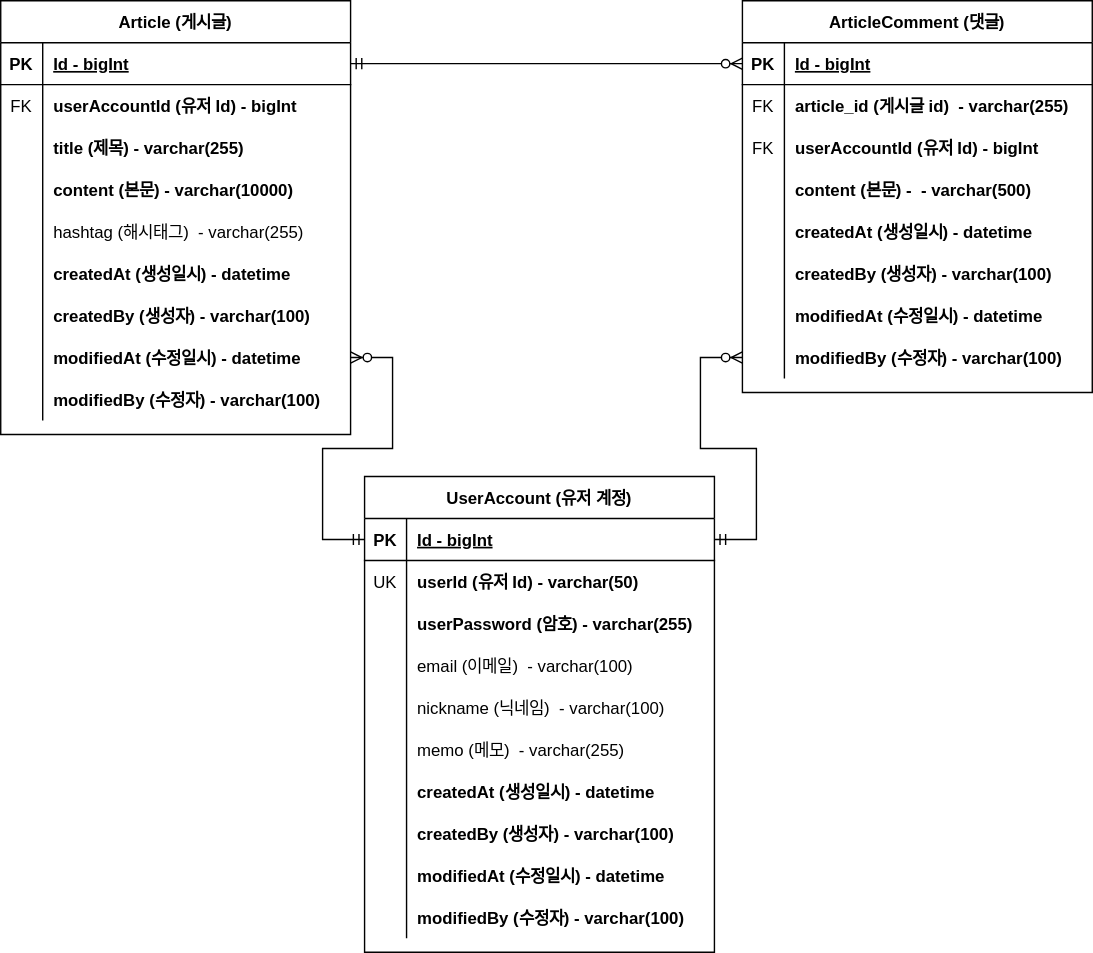
This is document/project-board-erd.svg from TaemHam/board-clonecoding-project, a draw.io export, as it was before one commit. Source tidied: cells renumbered, new cells last; positions are measured from the earlier drawing's top-left corner, leaving out a move shared by most shapes.
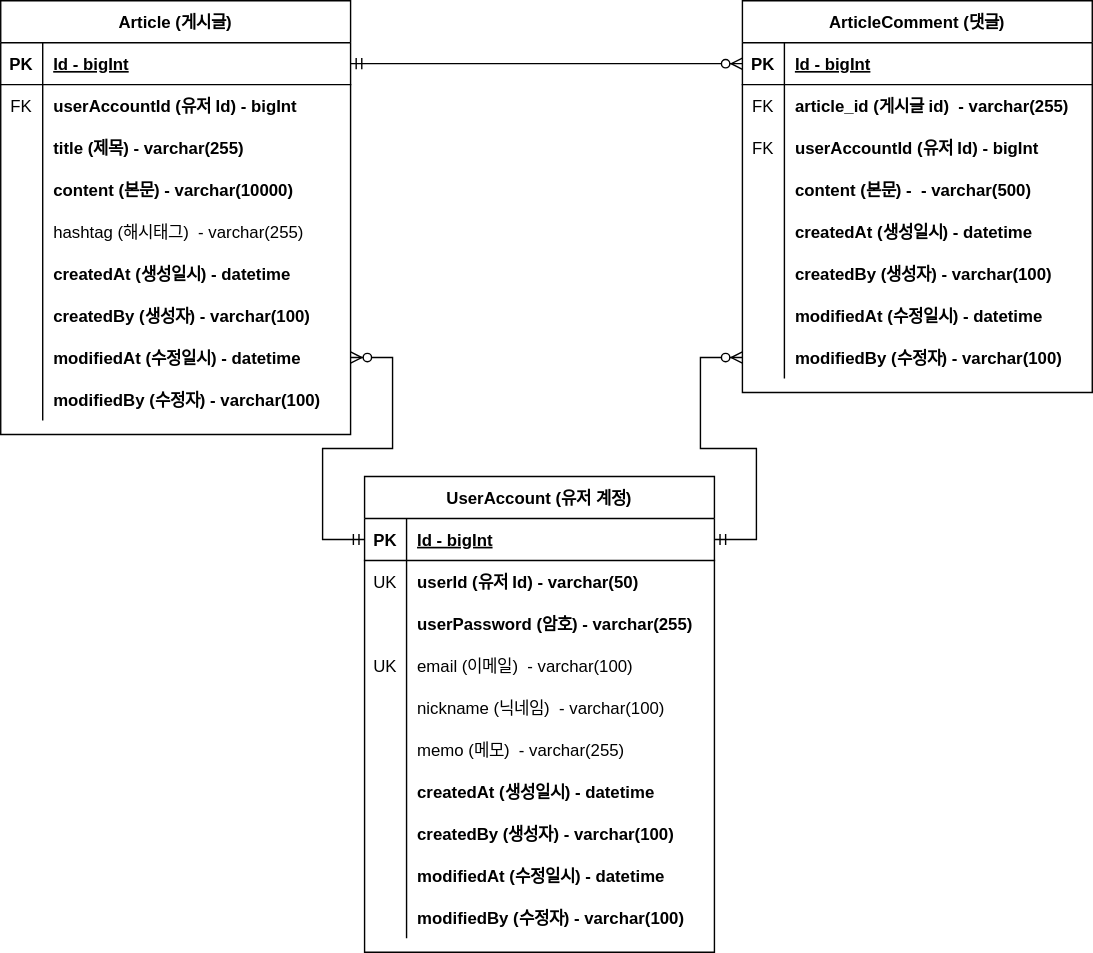
The same diagram one commit later.

Commit message:
#25 - ERD 업데이트: 회원 계정 도메인의 이메일에 유니크 키 추가

Diff of the diagram source:
```diff
@@ -266,5 +266,8 @@
     <mxCell id="89" value="FK" style="shape=partialRectangle;overflow=hidden;fillColor=none;top=0;left=0;bottom=0;right=0;" parent="1" vertex="1">
       <mxGeometry y="60" width="30" height="30" as="geometry" />
     </mxCell>
+    <mxCell id="90" value="UK" style="shape=partialRectangle;overflow=hidden;fillColor=none;top=0;left=0;bottom=0;right=0;" parent="1" vertex="1">
+      <mxGeometry x="260" y="460" width="30" height="30" as="geometry" />
+    </mxCell>
   </root>
 </mxGraphModel>
```
